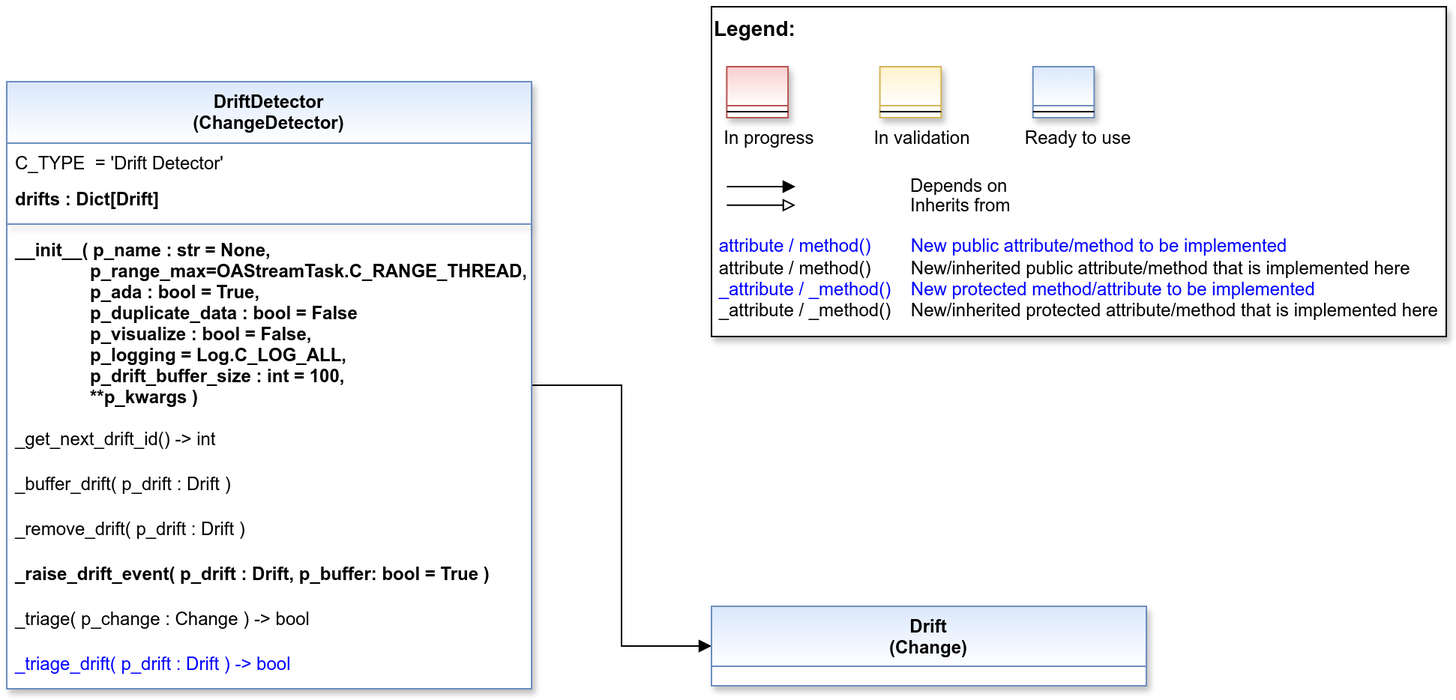
Before: doc/rtd/content/99_appendices/appendix2/sub/mlpro_oa/streams/30_change_detection/20_drift_detection/images/MLPro-OA-Drift-Detectors_class_diagram.drawio.png, a diagram exported from draw.io (fhswf/MLPro). Source tidied: cells renumbered, new cells last; positions are measured from the earlier drawing's top-left corner, leaving out a move shared by most shapes.
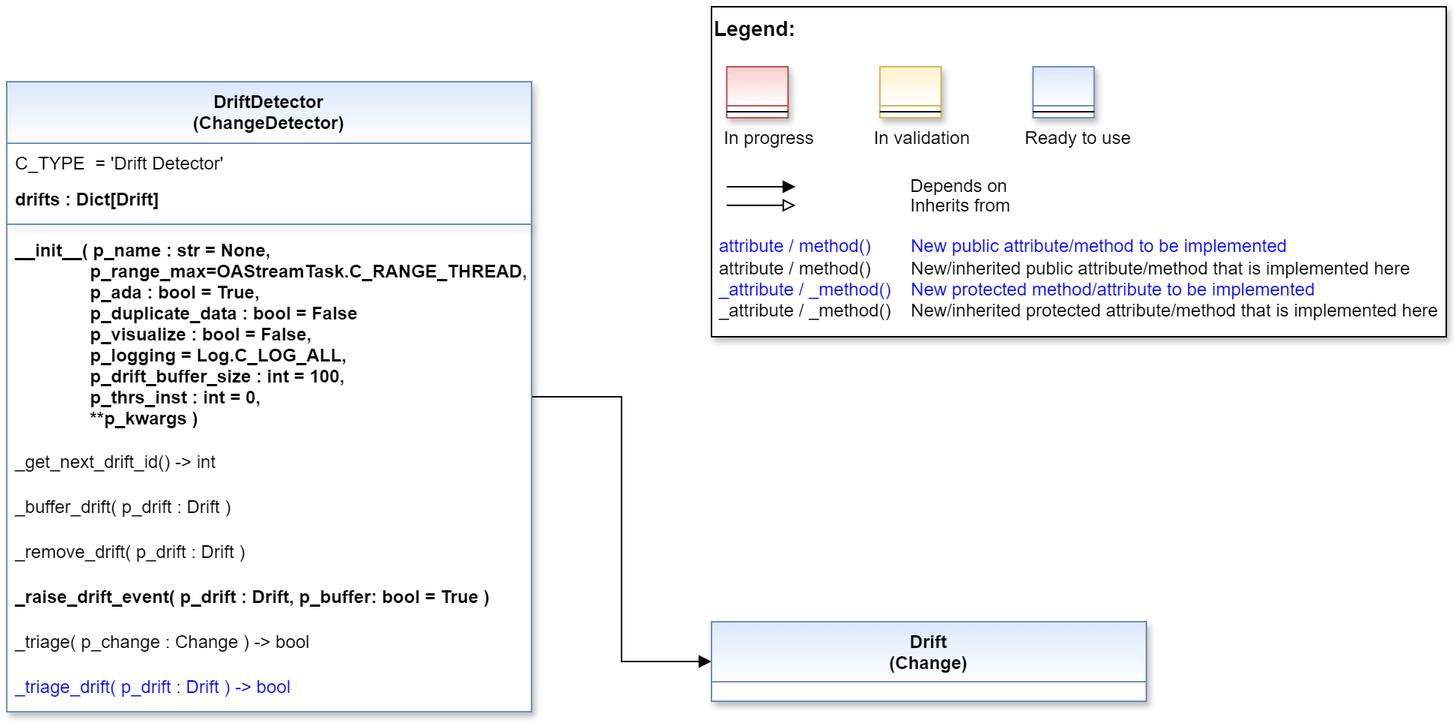
After the commit.

The edit, as a diff of the source:
```diff
@@ -47,7 +47,7 @@
       <mxGeometry relative="1" as="geometry" />
     </mxCell>
     <mxCell id="13" value="DriftDetector&#10;(ChangeDetector)" style="swimlane;align=center;verticalAlign=top;horizontal=1;startSize=41;rounded=0;shadow=1;strokeWidth=1;fillColor=#dae8fc;strokeColor=#6c8ebf;swimlaneFillColor=#ffffff;gradientColor=#FFFFFF;" parent="1" vertex="1">
-      <mxGeometry y="50" width="350" height="405" as="geometry" />
+      <mxGeometry y="50" width="350" height="420" as="geometry" />
     </mxCell>
     <mxCell id="14" value="C_TYPE  = 'Drift Detector'" style="text;align=left;verticalAlign=top;spacingLeft=4;spacingRight=4;overflow=hidden;" parent="13" vertex="1">
       <mxGeometry y="41" width="350" height="24" as="geometry" />
@@ -58,29 +58,29 @@
     <mxCell id="16" style="line;html=1;strokeWidth=1;align=center;verticalAlign=top;spacingTop=-1;spacingLeft=3;spacingRight=3;labelPosition=right;rounded=0;shadow=1;strokeColor=#6c8ebf;swimlaneFillColor=#ffffff;fontFamily=Helvetica;fontSize=12;fontColor=default;fontStyle=3;fillColor=#dae8fc;gradientColor=#ffffff;" parent="13" vertex="1">
       <mxGeometry y="91" width="350" height="8" as="geometry" />
     </mxCell>
-    <mxCell id="17" value="__init__( p_name : str = None,&#10;               p_range_max=OAStreamTask.C_RANGE_THREAD,&#10;               p_ada : bool = True,&#10;               p_duplicate_data : bool = False&#10;               p_visualize : bool = False,&#10;               p_logging = Log.C_LOG_ALL,&#10;               p_drift_buffer_size : int = 100,&#10;               **p_kwargs )" style="text;align=left;verticalAlign=top;spacingLeft=4;spacingRight=4;overflow=hidden;fontStyle=1;" parent="13" vertex="1">
-      <mxGeometry y="99" width="350" height="126" as="geometry" />
+    <mxCell id="17" value="__init__( p_name : str = None,&#10;               p_range_max=OAStreamTask.C_RANGE_THREAD,&#10;               p_ada : bool = True,&#10;               p_duplicate_data : bool = False&#10;               p_visualize : bool = False,&#10;               p_logging = Log.C_LOG_ALL,&#10;               p_drift_buffer_size : int = 100,&#10;               p_thrs_inst : int = 0,&#10;               **p_kwargs )" style="text;align=left;verticalAlign=top;spacingLeft=4;spacingRight=4;overflow=hidden;fontStyle=1;" parent="13" vertex="1">
+      <mxGeometry y="99" width="350" height="141" as="geometry" />
     </mxCell>
     <mxCell id="18" value="_get_next_drift_id() -&gt; int" style="text;align=left;verticalAlign=top;spacingLeft=4;spacingRight=4;overflow=hidden;shadow=1;" parent="13" vertex="1">
-      <mxGeometry y="225" width="350" height="30" as="geometry" />
+      <mxGeometry y="240" width="350" height="30" as="geometry" />
     </mxCell>
     <mxCell id="19" value="_buffer_drift( p_drift : Drift ) " style="text;align=left;verticalAlign=top;spacingLeft=4;spacingRight=4;overflow=hidden;shadow=1;" parent="13" vertex="1">
-      <mxGeometry y="255" width="350" height="30" as="geometry" />
+      <mxGeometry y="270" width="350" height="30" as="geometry" />
     </mxCell>
     <mxCell id="20" value="_remove_drift( p_drift : Drift )" style="text;align=left;verticalAlign=top;spacingLeft=4;spacingRight=4;overflow=hidden;shadow=1;" parent="13" vertex="1">
-      <mxGeometry y="285" width="350" height="30" as="geometry" />
+      <mxGeometry y="300" width="350" height="30" as="geometry" />
     </mxCell>
     <mxCell id="21" value="_raise_drift_event( p_drift : Drift, p_buffer: bool = True )" style="text;align=left;verticalAlign=top;spacingLeft=4;spacingRight=4;overflow=hidden;shadow=1;fontStyle=1;" parent="13" vertex="1">
-      <mxGeometry y="315" width="350" height="30" as="geometry" />
+      <mxGeometry y="330" width="350" height="30" as="geometry" />
     </mxCell>
     <mxCell id="22" value="_triage( p_change : Change ) -&gt; bool" style="text;align=left;verticalAlign=top;spacingLeft=4;spacingRight=4;overflow=hidden;shadow=1;" parent="13" vertex="1">
-      <mxGeometry y="345" width="350" height="30" as="geometry" />
+      <mxGeometry y="360" width="350" height="30" as="geometry" />
     </mxCell>
     <mxCell id="23" value="_triage_drift( p_drift : Drift ) -&gt; bool" style="text;align=left;verticalAlign=top;spacingLeft=4;spacingRight=4;overflow=hidden;shadow=1;fontColor=#0000FF;" parent="13" vertex="1">
-      <mxGeometry y="375" width="350" height="30" as="geometry" />
+      <mxGeometry y="390" width="350" height="30" as="geometry" />
     </mxCell>
     <mxCell id="24" value="Drift&#10;(Change)" style="swimlane;fontStyle=1;align=center;verticalAlign=top;horizontal=1;startSize=40;rounded=0;shadow=1;strokeWidth=1;fillColor=#dae8fc;strokeColor=#6c8ebf;swimlaneFillColor=#ffffff;fontFamily=Helvetica;fontSize=12;gradientColor=#FFFFFF;" parent="1" vertex="1">
-      <mxGeometry x="470" y="400" width="290" height="53" as="geometry" />
+      <mxGeometry x="470" y="410" width="290" height="53" as="geometry" />
     </mxCell>
   </root>
 </mxGraphModel>
```
